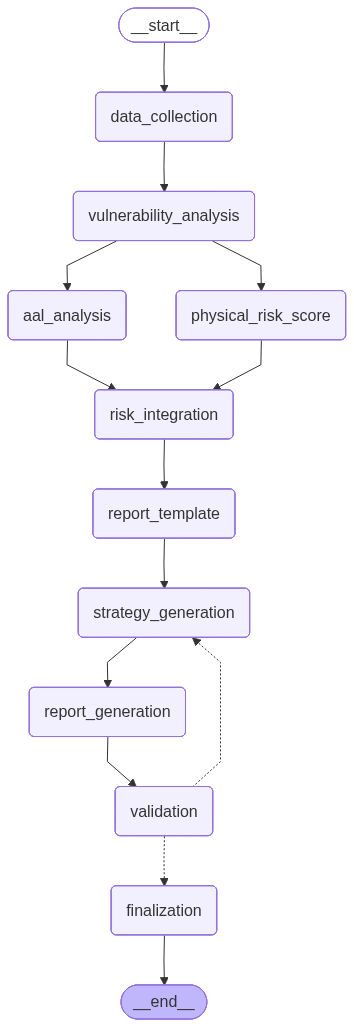
This is ai_agent/workflow_diagram.png from On-Do-Polaris/polaris_backend_fastapi, a Mermaid export, as it was before one commit. Its source is kept beside it as ai_agent/workflow_diagram.mmd.
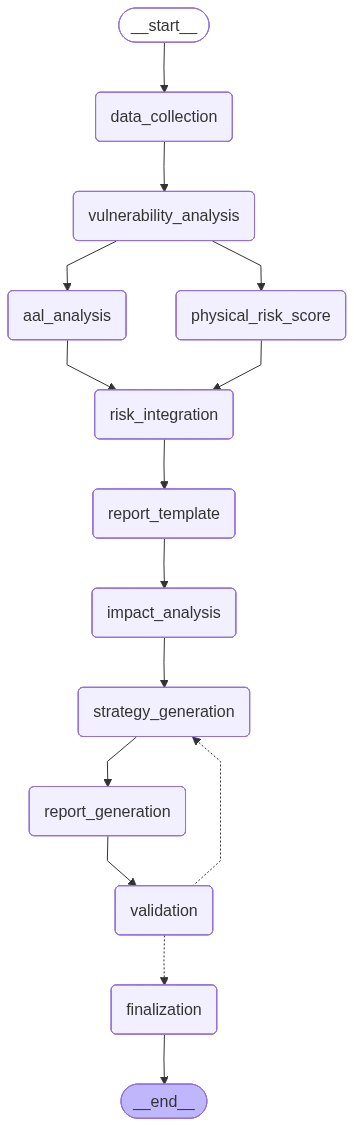
The same file after the commit.

Change to the diagram source:
```diff
@@ -11,6 +11,7 @@
 	aal_analysis(aal_analysis)
 	risk_integration(risk_integration)
 	report_template(report_template)
+	impact_analysis(impact_analysis)
 	strategy_generation(strategy_generation)
 	report_generation(report_generation)
 	validation(validation)
@@ -19,9 +20,10 @@
 	__start__ --> data_collection;
 	aal_analysis --> risk_integration;
 	data_collection --> vulnerability_analysis;
+	impact_analysis --> strategy_generation;
 	physical_risk_score --> risk_integration;
 	report_generation --> validation;
-	report_template --> strategy_generation;
+	report_template --> impact_analysis;
 	risk_integration --> report_template;
 	strategy_generation --> report_generation;
 	validation -.-> finalization;
```
